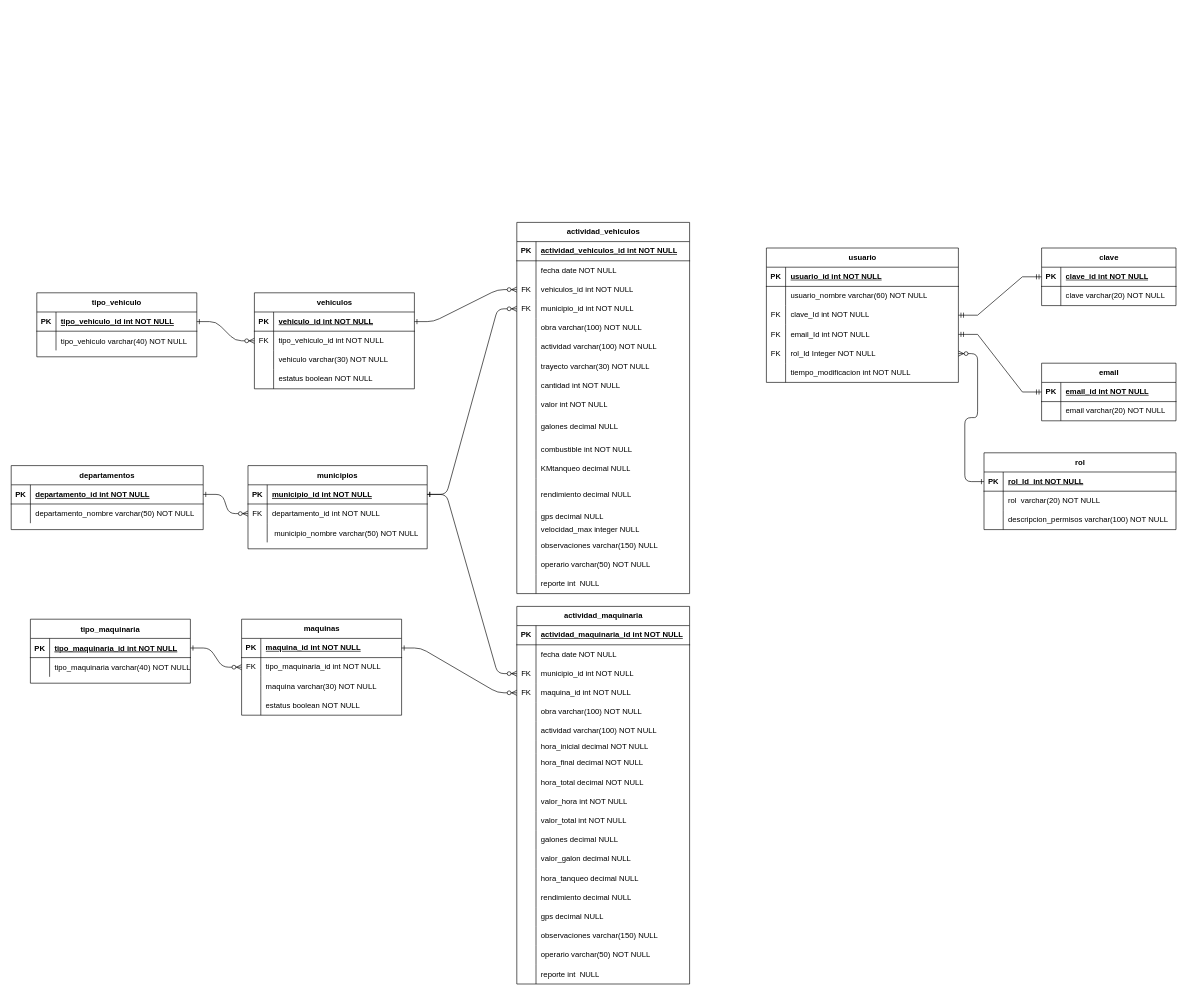
This is MER/gestionMaquinaria&Vehiculos.drawio from MasacradorM/Gestion-de-Maquinaria-y-Vehiculos, a draw.io file, before an edit. Source tidied: cells renumbered, new cells numbered last; positions are measured from the earlier drawing's top-left corner, leaving out a move shared by most shapes. Both pictures are drawn from the tidied source at 64%, with x=0, y=0 at pixel (11, 222).
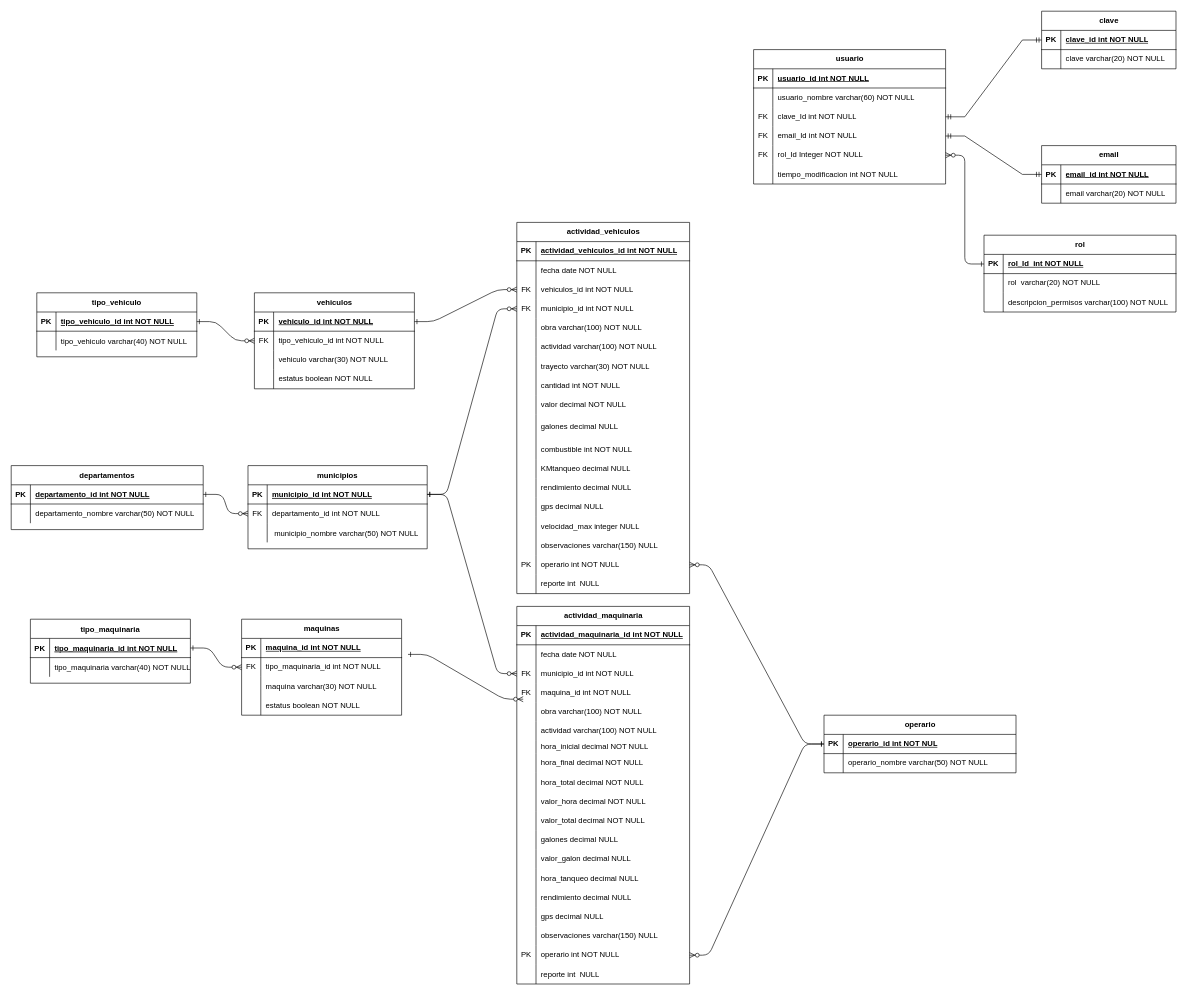
The same page after the edit.

The change refers to these unchanged cells:
```xml
<mxCell id="29" style="shape=tableRow;horizontal=0;startSize=0;swimlaneHead=0;swimlaneBody=0;fillColor=none;points=[[0,0.5],[1,0.5]];portConstraint=eastwest;top=0;left=0;right=0;bottom=1;" parent="28" vertex="1">
  <mxGeometry y="30" width="250" height="30" as="geometry" />
</mxCell>
<mxCell id="51" style="shape=tableRow;horizontal=0;startSize=0;swimlaneHead=0;swimlaneBody=0;fillColor=none;points=[[0,0.5],[1,0.5]];portConstraint=eastwest;top=0;left=0;right=0;bottom=0;" parent="41" vertex="1">
  <mxGeometry y="120" width="270" height="30" as="geometry" />
</mxCell>
<mxCell id="69" style="shape=tableRow;horizontal=0;startSize=0;swimlaneHead=0;swimlaneBody=0;fillColor=none;top=0;left=0;right=0;bottom=0;" parent="41" vertex="1">
  <mxGeometry y="290" width="270" height="30" as="geometry" />
</mxCell>
<mxCell id="72" style="shape=tableRow;horizontal=0;startSize=0;swimlaneHead=0;swimlaneBody=0;fillColor=none;top=0;left=0;right=0;bottom=0;" parent="41" vertex="1">
  <mxGeometry y="320" width="270" height="30" as="geometry" />
</mxCell>
<mxCell id="93" style="shape=tableRow;horizontal=0;startSize=0;swimlaneHead=0;swimlaneBody=0;fillColor=none;points=[[0,0.5],[1,0.5]];portConstraint=eastwest;top=0;left=0;right=0;bottom=0;" parent="41" vertex="1">
  <mxGeometry y="530" width="270" height="30" as="geometry" />
</mxCell>
<mxCell id="101" value="actividad_vehiculos" style="shape=table;startSize=30;childLayout=tableLayout;rowLines=0;fontStyle=1;align=center;html=1;" parent="1" vertex="1">
  <mxGeometry x="790" width="270" height="580" as="geometry" />
</mxCell>
<mxCell id="126" style="shape=tableRow;horizontal=0;startSize=0;swimlaneHead=0;swimlaneBody=0;fillColor=none;top=0;left=0;right=0;bottom=0;" parent="101" vertex="1">
  <mxGeometry y="270" width="270" height="30" as="geometry" />
</mxCell>
<mxCell id="150" style="shape=tableRow;horizontal=0;startSize=0;swimlaneHead=0;swimlaneBody=0;fillColor=none;points=[[0,0.5],[1,0.5]];portConstraint=eastwest;top=0;left=0;right=0;bottom=0;" parent="101" vertex="1">
  <mxGeometry y="520" width="270" height="30" as="geometry" />
</mxCell>
```

What changed in the source:
```diff
@@
-    <mxCell id="71" value="valor_hora int NOT NULL" style="shape=partialRectangle;fillColor=none;top=0;left=0;bottom=0;right=0;align=left;spacingLeft=6;overflow=hidden;whiteSpace=wrap;html=1;" parent="69" vertex="1">
+    <mxCell id="71" value="valor_hora decimal NOT NULL" style="shape=partialRectangle;fillColor=none;top=0;left=0;bottom=0;right=0;align=left;spacingLeft=6;overflow=hidden;whiteSpace=wrap;html=1;" parent="69" vertex="1">
       <mxGeometry x="30" width="240" height="30" as="geometry" />
     </mxCell>
@@
-    <mxCell id="74" value="valor_total int NOT NULL" style="shape=partialRectangle;fillColor=none;top=0;left=0;bottom=0;right=0;align=left;spacingLeft=6;overflow=hidden;whiteSpace=wrap;html=1;" parent="72" vertex="1">
+    <mxCell id="74" value="valor_total decimal NOT NULL" style="shape=partialRectangle;fillColor=none;top=0;left=0;bottom=0;right=0;align=left;spacingLeft=6;overflow=hidden;whiteSpace=wrap;html=1;" parent="72" vertex="1">
       <mxGeometry x="30" width="240" height="30" as="geometry" />
     </mxCell>
@@
-    <mxCell id="94" style="shape=partialRectangle;fillColor=none;top=0;left=0;bottom=0;right=0;overflow=hidden;whiteSpace=wrap;html=1;" parent="93" vertex="1">
+    <mxCell id="94" value="PK" style="shape=partialRectangle;fillColor=none;top=0;left=0;bottom=0;right=0;overflow=hidden;whiteSpace=wrap;html=1;" parent="93" vertex="1">
       <mxGeometry width="30" height="30" as="geometry" />
     </mxCell>
-    <mxCell id="95" value="&lt;span style=&quot;text-wrap-mode: nowrap;&quot;&gt;operario varchar(50) NOT NULL&lt;/span&gt;" style="shape=partialRectangle;fillColor=none;top=0;left=0;bottom=0;right=0;align=left;spacingLeft=6;overflow=hidden;whiteSpace=wrap;html=1;" parent="93" vertex="1">
+    <mxCell id="95" value="&lt;span style=&quot;text-wrap-mode: nowrap;&quot;&gt;operario int NOT NULL&lt;/span&gt;" style="shape=partialRectangle;fillColor=none;top=0;left=0;bottom=0;right=0;align=left;spacingLeft=6;overflow=hidden;whiteSpace=wrap;html=1;" parent="93" vertex="1">
       <mxGeometry x="30" width="240" height="30" as="geometry" />
     </mxCell>
@@
-    <mxCell id="99" style="edgeStyle=entityRelationEdgeStyle;endArrow=ERzeroToMany;startArrow=ERone;endFill=1;startFill=0;exitX=1;exitY=0.5;exitDx=0;exitDy=0;entryX=0;entryY=0.5;entryDx=0;entryDy=0;" parent="1" edge="1" source="29" target="51">
+    <mxCell id="99" style="edgeStyle=entityRelationEdgeStyle;endArrow=ERzeroToMany;startArrow=ERone;endFill=1;startFill=0;" parent="1" edge="1" source="226" target="93">
       <mxGeometry relative="1" as="geometry" />
     </mxCell>
@@
-    <mxCell id="128" value="valor int NOT NULL" style="shape=partialRectangle;fillColor=none;top=0;left=0;bottom=0;right=0;align=left;spacingLeft=6;overflow=hidden;whiteSpace=wrap;html=1;" parent="126" vertex="1">
+    <mxCell id="128" value="valor decimal NOT NULL" style="shape=partialRectangle;fillColor=none;top=0;left=0;bottom=0;right=0;align=left;spacingLeft=6;overflow=hidden;whiteSpace=wrap;html=1;" parent="126" vertex="1">
       <mxGeometry x="30" width="240" height="30" as="geometry" />
     </mxCell>
@@
     <mxCell id="138" style="shape=tableRow;horizontal=0;startSize=0;swimlaneHead=0;swimlaneBody=0;fillColor=none;top=0;left=0;right=0;bottom=0;" parent="101" vertex="1">
-      <mxGeometry y="400" width="270" height="50" as="geometry" />
+      <mxGeometry y="400" width="270" height="30" as="geometry" />
     </mxCell>
     <mxCell id="139" style="shape=partialRectangle;fillColor=none;top=0;left=0;bottom=0;right=0;overflow=hidden;whiteSpace=wrap;html=1;" parent="138" vertex="1">
-      <mxGeometry width="30" height="50" as="geometry" />
+      <mxGeometry width="30" height="30" as="geometry" />
     </mxCell>
     <mxCell id="140" value="rendimiento decimal NULL" style="shape=partialRectangle;fillColor=none;top=0;left=0;bottom=0;right=0;align=left;spacingLeft=6;overflow=hidden;whiteSpace=wrap;html=1;" parent="138" vertex="1">
-      <mxGeometry x="30" width="240" height="50" as="geometry" />
+      <mxGeometry x="30" width="240" height="30" as="geometry" />
     </mxCell>
     <mxCell id="141" style="shape=tableRow;horizontal=0;startSize=0;swimlaneHead=0;swimlaneBody=0;fillColor=none;top=0;left=0;right=0;bottom=0;" parent="101" vertex="1">
-      <mxGeometry y="450" width="270" height="20" as="geometry" />
+      <mxGeometry y="430" width="270" height="30" as="geometry" />
     </mxCell>
     <mxCell id="142" style="shape=partialRectangle;fillColor=none;top=0;left=0;bottom=0;right=0;overflow=hidden;whiteSpace=wrap;html=1;" parent="141" vertex="1">
-      <mxGeometry width="30" height="20" as="geometry" />
+      <mxGeometry width="30" height="30" as="geometry" />
     </mxCell>
     <mxCell id="143" value="gps decimal NULL" style="shape=partialRectangle;fillColor=none;top=0;left=0;bottom=0;right=0;align=left;spacingLeft=6;overflow=hidden;whiteSpace=wrap;html=1;" parent="141" vertex="1">
-      <mxGeometry x="30" width="240" height="20" as="geometry" />
+      <mxGeometry x="30" width="240" height="30" as="geometry" />
     </mxCell>
     <mxCell id="144" style="shape=tableRow;horizontal=0;startSize=0;swimlaneHead=0;swimlaneBody=0;fillColor=none;top=0;left=0;right=0;bottom=0;" parent="101" vertex="1">
-      <mxGeometry y="470" width="270" height="20" as="geometry" />
+      <mxGeometry y="460" width="270" height="30" as="geometry" />
     </mxCell>
     <mxCell id="145" style="shape=partialRectangle;fillColor=none;top=0;left=0;bottom=0;right=0;overflow=hidden;whiteSpace=wrap;html=1;" parent="144" vertex="1">
-      <mxGeometry width="30" height="20" as="geometry" />
+      <mxGeometry width="30" height="30" as="geometry" />
     </mxCell>
     <mxCell id="146" value="velocidad_max integer NULL" style="shape=partialRectangle;fillColor=none;top=0;left=0;bottom=0;right=0;align=left;spacingLeft=6;overflow=hidden;whiteSpace=wrap;html=1;" parent="144" vertex="1">
-      <mxGeometry x="30" width="240" height="20" as="geometry" />
+      <mxGeometry x="30" width="240" height="30" as="geometry" />
     </mxCell>
@@
-    <mxCell id="151" style="shape=partialRectangle;fillColor=none;top=0;left=0;bottom=0;right=0;overflow=hidden;whiteSpace=wrap;html=1;" parent="150" vertex="1">
+    <mxCell id="151" value="PK" style="shape=partialRectangle;fillColor=none;top=0;left=0;bottom=0;right=0;overflow=hidden;whiteSpace=wrap;html=1;" parent="150" vertex="1">
       <mxGeometry width="30" height="30" as="geometry" />
     </mxCell>
-    <mxCell id="152" value="&lt;span style=&quot;text-wrap-mode: nowrap;&quot;&gt;operario varchar(50) NOT NULL&lt;/span&gt;" style="shape=partialRectangle;fillColor=none;top=0;left=0;bottom=0;right=0;align=left;spacingLeft=6;overflow=hidden;whiteSpace=wrap;html=1;" parent="150" vertex="1">
+    <mxCell id="152" value="&lt;span style=&quot;text-wrap-mode: nowrap;&quot;&gt;operario int NOT NULL&lt;/span&gt;" style="shape=partialRectangle;fillColor=none;top=0;left=0;bottom=0;right=0;align=left;spacingLeft=6;overflow=hidden;whiteSpace=wrap;html=1;" parent="150" vertex="1">
       <mxGeometry x="30" width="240" height="30" as="geometry" />
     </mxCell>
@@
     <mxCell id="178" value="usuario" style="shape=table;startSize=30;childLayout=tableLayout;rowLines=0;fontStyle=1;align=center;html=1;" parent="1" vertex="1">
-      <mxGeometry x="1180" y="40" width="300" height="210" as="geometry" />
+      <mxGeometry x="1160" y="-270" width="300" height="210" as="geometry" />
     </mxCell>
@@
     <mxCell id="197" value="clave" style="shape=table;startSize=30;childLayout=tableLayout;rowLines=0;fontStyle=1;align=center;html=1;" parent="1" vertex="1">
-      <mxGeometry x="1610" y="40" width="210" height="90" as="geometry" />
+      <mxGeometry x="1610" y="-330" width="210" height="90" as="geometry" />
     </mxCell>
@@
     <mxCell id="204" value="email" style="shape=table;startSize=30;childLayout=tableLayout;rowLines=0;fontStyle=1;align=center;html=1;" parent="1" vertex="1">
-      <mxGeometry x="1610" y="220" width="210" height="90" as="geometry" />
+      <mxGeometry x="1610" y="-120" width="210" height="90" as="geometry" />
     </mxCell>
@@
     <mxCell id="213" value="rol" style="shape=table;startSize=30;childLayout=tableLayout;rowLines=0;fontStyle=1;align=center;html=1;" parent="1" vertex="1">
-      <mxGeometry x="1520" y="360" width="300" height="120" as="geometry" />
+      <mxGeometry x="1520" y="20" width="300" height="120" as="geometry" />
     </mxCell>
@@
+    <mxCell id="225" value="operario" style="shape=table;startSize=30;childLayout=tableLayout;rowLines=0;fontStyle=1;align=center;html=1;" parent="1" vertex="1">
+      <mxGeometry x="1270" y="770" width="300" height="90" as="geometry" />
+    </mxCell>
+    <mxCell id="226" style="shape=tableRow;horizontal=0;startSize=0;swimlaneHead=0;swimlaneBody=0;fillColor=none;points=[[0,0.5],[1,0.5]];portConstraint=eastwest;top=0;left=0;right=0;bottom=1;" parent="225" vertex="1">
+      <mxGeometry y="30" width="300" height="30" as="geometry" />
+    </mxCell>
+    <mxCell id="227" value="PK" style="shape=partialRectangle;fillColor=none;top=0;left=0;bottom=0;right=0;fontStyle=1;overflow=hidden;whiteSpace=wrap;html=1;" parent="226" vertex="1">
+      <mxGeometry width="30" height="30" as="geometry" />
+    </mxCell>
+    <mxCell id="228" value="operario_id int NOT NUL" style="shape=partialRectangle;fillColor=none;top=0;left=0;bottom=0;right=0;align=left;spacingLeft=6;fontStyle=5;overflow=hidden;whiteSpace=wrap;html=1;" parent="226" vertex="1">
+      <mxGeometry x="30" width="270" height="30" as="geometry" />
+    </mxCell>
+    <mxCell id="229" style="shape=tableRow;horizontal=0;startSize=0;swimlaneHead=0;swimlaneBody=0;fillColor=none;top=0;left=0;right=0;bottom=0;" parent="225" vertex="1">
+      <mxGeometry y="60" width="300" height="30" as="geometry" />
+    </mxCell>
+    <mxCell id="230" style="shape=partialRectangle;fillColor=none;top=0;left=0;bottom=0;right=0;overflow=hidden;whiteSpace=wrap;html=1;" parent="229" vertex="1">
+      <mxGeometry width="30" height="30" as="geometry" />
+    </mxCell>
+    <mxCell id="231" value="operario_nombre varchar(50) NOT NULL" style="shape=partialRectangle;fillColor=none;top=0;left=0;bottom=0;right=0;align=left;spacingLeft=6;overflow=hidden;whiteSpace=wrap;html=1;" parent="229" vertex="1">
+      <mxGeometry x="30" width="270" height="30" as="geometry" />
+    </mxCell>
+    <mxCell id="232" style="edgeStyle=entityRelationEdgeStyle;endArrow=ERzeroToMany;startArrow=ERone;endFill=1;startFill=0;exitX=1;exitY=0.5;exitDx=0;exitDy=0;entryX=0;entryY=0.5;entryDx=0;entryDy=0;" parent="1" edge="1">
+      <mxGeometry relative="1" as="geometry">
+        <mxPoint x="620" y="675" as="sourcePoint" />
+        <mxPoint x="800" y="745" as="targetPoint" />
+      </mxGeometry>
+    </mxCell>
+    <mxCell id="233" style="edgeStyle=entityRelationEdgeStyle;endArrow=ERzeroToMany;startArrow=ERone;endFill=1;startFill=0;" parent="1" edge="1" source="226" target="150">
+      <mxGeometry relative="1" as="geometry" />
+    </mxCell>
```
